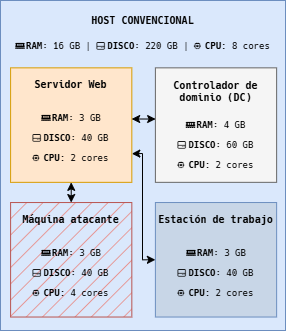
Above: Imagenes/implementacion-VM-en-el-host.png in AmasterJT/memoria-tfm (draw.io), before the change. Source tidied: cells renumbered, new cells last; positions are measured from the earlier drawing's top-left corner, leaving out a move shared by most shapes.
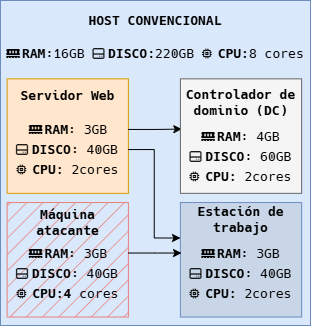
The same diagram one commit later.

The edit, as a diff of the source:
```diff
@@ -2,89 +2,91 @@
   <root>
     <mxCell id="0" />
     <mxCell id="1" parent="0" />
-    <mxCell id="2" style="rounded=0;whiteSpace=wrap;html=1;fillColor=#dae8fc;strokeColor=#6c8ebf;fontFamily=Hack Nerd Font;fontSize=10;" parent="1" vertex="1">
-      <mxGeometry width="285" height="330" as="geometry" />
+    <mxCell id="2" style="rounded=0;whiteSpace=wrap;html=1;fillColor=#dae8fc;strokeColor=#6c8ebf;fontFamily=Hack Nerd Font;fontSize=13;" parent="1" vertex="1">
+      <mxGeometry x="315" width="310" height="325" as="geometry" />
     </mxCell>
-    <mxCell id="3" value="&lt;b&gt;&lt;font&gt;HOST CONVENCIONAL&lt;/font&gt;&lt;/b&gt;" style="text;html=1;whiteSpace=wrap;strokeColor=none;fillColor=none;align=center;verticalAlign=middle;rounded=0;fontFamily=Hack Nerd Font;fontSize=10;" parent="1" vertex="1">
-      <mxGeometry y="2.7" width="285" height="33.7" as="geometry" />
+    <mxCell id="3" value="&lt;b&gt;&lt;font&gt;HOST CONVENCIONAL&lt;/font&gt;&lt;/b&gt;" style="text;html=1;whiteSpace=wrap;strokeColor=none;fillColor=none;align=center;verticalAlign=middle;rounded=0;fontFamily=Hack Nerd Font;fontSize=13;" parent="1" vertex="1">
+      <mxGeometry x="315" y="2.7" width="310" height="33.7" as="geometry" />
     </mxCell>
-    <mxCell id="4" style="rounded=0;whiteSpace=wrap;html=1;fillColor=#C8D6E7;strokeColor=#6c8ebf;fontFamily=Hack Nerd Font;fontSize=10;" parent="1" vertex="1">
-      <mxGeometry x="154.9" y="202" width="121.2" height="114.5" as="geometry" />
+    <mxCell id="4" style="rounded=0;whiteSpace=wrap;html=1;fillColor=#C8D6E7;strokeColor=#6c8ebf;fontFamily=Hack Nerd Font;fontSize=13;" parent="1" vertex="1">
+      <mxGeometry x="494.9" y="202" width="121.2" height="114.5" as="geometry" />
     </mxCell>
-    <mxCell id="5" style="rounded=0;whiteSpace=wrap;html=1;fillColor=#E9817A;strokeColor=#b85450;gradientColor=none;fillStyle=hatch;fontFamily=Hack Nerd Font;fontSize=10;" parent="1" vertex="1">
-      <mxGeometry x="10.1" y="202" width="121.2" height="114.5" as="geometry" />
+    <mxCell id="5" value="&lt;b&gt;&amp;nbsp;&lt;/b&gt;&lt;b&gt;RAM&lt;/b&gt;: 3GB" style="text;html=1;whiteSpace=wrap;strokeColor=none;fillColor=none;align=center;verticalAlign=middle;rounded=0;fontSize=13;fontFamily=Hack Nerd Font;" parent="1" vertex="1">
+      <mxGeometry x="496" y="242.5" width="119" height="20.2" as="geometry" />
     </mxCell>
-    <mxCell id="6" style="edgeStyle=orthogonalEdgeStyle;rounded=0;jettySize=auto;html=1;exitX=1;exitY=0.75;exitDx=0;exitDy=0;entryX=0;entryY=0.5;entryDx=0;entryDy=0;startArrow=classic;startFill=1;fontFamily=Hack Nerd Font;fontSize=10;" parent="1" edge="1" source="7" target="4">
-      <mxGeometry relative="1" as="geometry">
-        <Array as="points">
-          <mxPoint x="135" y="153" />
-          <mxPoint x="142" y="153" />
-          <mxPoint x="142" y="259" />
-        </Array>
-      </mxGeometry>
+    <mxCell id="6" value="&lt;b&gt;&amp;nbsp;&lt;/b&gt;&lt;b&gt;DISCO&lt;/b&gt;: 40GB" style="text;html=1;whiteSpace=wrap;strokeColor=none;fillColor=none;align=center;verticalAlign=middle;rounded=0;fontSize=13;fontFamily=Hack Nerd Font;" parent="1" vertex="1">
+      <mxGeometry x="495" y="262.6" width="121" height="20.2" as="geometry" />
     </mxCell>
-    <mxCell id="7" style="rounded=0;whiteSpace=wrap;html=1;fillColor=#ffe6cc;strokeColor=#d79b00;fontFamily=Hack Nerd Font;fontSize=10;" parent="1" vertex="1">
-      <mxGeometry x="10.1" y="67.4" width="121.2" height="114.5" as="geometry" />
+    <mxCell id="7" value="&lt;b&gt;&lt;font&gt;󰍛&amp;nbsp;&lt;/font&gt;&lt;/b&gt;&lt;b&gt;CPU:&lt;/b&gt;&amp;nbsp;2cores" style="text;html=1;whiteSpace=wrap;strokeColor=none;fillColor=none;align=center;verticalAlign=middle;rounded=0;fontSize=13;fontFamily=Hack Nerd Font;" parent="1" vertex="1">
+      <mxGeometry x="496" y="282.9" width="119" height="20.2" as="geometry" />
     </mxCell>
-    <mxCell id="8" style="rounded=0;whiteSpace=wrap;html=1;fillColor=#f5f5f5;fontColor=#333333;strokeColor=#666666;fontFamily=Hack Nerd Font;fontSize=10;" parent="1" vertex="1">
-      <mxGeometry x="154.9" y="67.4" width="121.2" height="114.5" as="geometry" />
+    <mxCell id="8" value="&lt;font&gt;&lt;b&gt;Estación de trabajo&lt;/b&gt;&lt;/font&gt;" style="text;html=1;whiteSpace=wrap;strokeColor=none;fillColor=none;align=center;verticalAlign=middle;rounded=0;fontFamily=Hack Nerd Font;fontSize=13;" parent="1" vertex="1">
+      <mxGeometry x="494.9" y="202" width="121.2" height="33.7" as="geometry" />
     </mxCell>
-    <mxCell id="9" value="&lt;b&gt; RAM&lt;/b&gt;: 3 GB" style="text;html=1;whiteSpace=wrap;strokeColor=none;fillColor=none;align=center;verticalAlign=middle;rounded=0;fontSize=9;fontFamily=Hack Nerd Font;" parent="1" vertex="1">
-      <mxGeometry x="33.7" y="107.8" width="74.1" height="20.2" as="geometry" />
+    <mxCell id="9" value="&lt;b style=&quot;font-family: &amp;quot;Hack Nerd Font&amp;quot;;&quot;&gt; RAM&lt;/b&gt;&lt;span style=&quot;font-family: &amp;quot;Hack Nerd Font&amp;quot;;&quot;&gt;:16GB&lt;/span&gt;&lt;span&gt;&lt;span style=&quot;color: rgb(0, 0, 0); font-family: &amp;quot;Hack Nerd Font&amp;quot;; font-style: normal; font-variant-ligatures: normal; font-variant-caps: normal; font-weight: 400; letter-spacing: normal; orphans: 2; text-indent: 0px; text-transform: none; widows: 2; word-spacing: 0px; -webkit-text-stroke-width: 0px; white-space: normal; text-decoration-thickness: initial; text-decoration-style: initial; text-decoration-color: initial; float: none; display: inline !important;&quot;&gt;&amp;nbsp;&lt;/span&gt;&lt;b style=&quot;font-family: &amp;quot;Hack Nerd Font&amp;quot;;&quot;&gt;&amp;nbsp;&lt;/b&gt;&lt;b style=&quot;font-family: &amp;quot;Hack Nerd Font&amp;quot;;&quot;&gt;DISCO:&lt;/b&gt;&lt;span style=&quot;font-family: &amp;quot;Hack Nerd Font&amp;quot;;&quot;&gt;220GB&amp;nbsp;&lt;/span&gt;&lt;b style=&quot;font-family: &amp;quot;Hack Nerd Font&amp;quot;;&quot;&gt;&lt;font&gt;󰍛&amp;nbsp;&lt;/font&gt;&lt;/b&gt;&lt;b style=&quot;font-family: &amp;quot;Hack Nerd Font&amp;quot;;&quot;&gt;CPU:&lt;/b&gt;&lt;span style=&quot;font-family: &amp;quot;Hack Nerd Font&amp;quot;;&quot;&gt;8 cores&lt;/span&gt;&lt;/span&gt;" style="text;whiteSpace=wrap;html=1;align=center;fontSize=13;" parent="1" vertex="1">
+      <mxGeometry x="315" y="38.7" width="310" height="26.9" as="geometry" />
     </mxCell>
-    <mxCell id="10" value="&lt;b&gt; DISCO&lt;/b&gt;: 40 GB" style="text;html=1;whiteSpace=wrap;strokeColor=none;fillColor=none;align=center;verticalAlign=middle;rounded=0;fontSize=9;fontFamily=Hack Nerd Font;" parent="1" vertex="1">
-      <mxGeometry x="26.4" y="128" width="88.6" height="20.2" as="geometry" />
+    <mxCell id="10" style="group;" parent="1" vertex="1">
+      <mxGeometry x="318" y="78.4" width="124.9" height="114.5" as="geometry" />
     </mxCell>
-    <mxCell id="11" value="&lt;b&gt;&lt;font&gt;󰍛&amp;nbsp;&lt;/font&gt;CPU:&lt;/b&gt;&amp;nbsp;2 cores" style="text;html=1;whiteSpace=wrap;strokeColor=none;fillColor=none;align=center;verticalAlign=middle;rounded=0;fontSize=9;fontFamily=Hack Nerd Font;" parent="1" vertex="1">
-      <mxGeometry x="30.3" y="148.2" width="80.8" height="20.2" as="geometry" />
+    <mxCell id="11" style="rounded=0;whiteSpace=wrap;html=1;fillColor=#ffe6cc;strokeColor=#d79b00;fontFamily=Hack Nerd Font;fontSize=13;" parent="10" vertex="1">
+      <mxGeometry x="3.7" width="121.2" height="114.5" as="geometry" />
     </mxCell>
-    <mxCell id="12" value="&lt;b&gt;&amp;nbsp;&lt;/b&gt;&lt;b&gt;RAM&lt;/b&gt;: 4 GB" style="text;html=1;whiteSpace=wrap;strokeColor=none;fillColor=none;align=center;verticalAlign=middle;rounded=0;fontSize=9;fontFamily=Hack Nerd Font;" parent="1" vertex="1">
-      <mxGeometry x="181.8" y="114.5" width="67.3" height="20.2" as="geometry" />
+    <mxCell id="12" style="edgeStyle=orthogonalEdgeStyle;rounded=0;jettySize=auto;html=1;" parent="10" edge="1" source="13">
+      <mxGeometry relative="1" as="geometry">
+        <mxPoint x="178.3" y="50.2" as="targetPoint" />
+      </mxGeometry>
     </mxCell>
-    <mxCell id="13" value="&lt;b&gt;&amp;nbsp;&lt;/b&gt;&lt;b&gt;DISCO&lt;/b&gt;: 60 GB" style="text;html=1;whiteSpace=wrap;strokeColor=none;fillColor=none;align=center;verticalAlign=middle;rounded=0;fontSize=9;fontFamily=Hack Nerd Font;" parent="1" vertex="1">
-      <mxGeometry x="175.9" y="134.7" width="79.2" height="20.2" as="geometry" />
+    <mxCell id="13" value="&lt;b&gt; RAM&lt;/b&gt;: 3GB" style="text;html=1;whiteSpace=wrap;strokeColor=none;fillColor=none;align=center;verticalAlign=middle;rounded=0;fontSize=13;fontFamily=Hack Nerd Font;" parent="10" vertex="1">
+      <mxGeometry x="4.6" y="40.4" width="120" height="20.2" as="geometry" />
     </mxCell>
-    <mxCell id="14" value="&lt;b&gt;&lt;font&gt;󰍛&amp;nbsp;&lt;/font&gt;&lt;/b&gt;&lt;b&gt;CPU:&lt;/b&gt;&amp;nbsp;2 cores" style="text;html=1;whiteSpace=wrap;strokeColor=none;fillColor=none;align=center;verticalAlign=middle;rounded=0;fontSize=9;fontFamily=Hack Nerd Font;" parent="1" vertex="1">
-      <mxGeometry x="175.9" y="154.9" width="79.2" height="20.2" as="geometry" />
+    <mxCell id="14" value="&lt;b&gt; DISCO&lt;/b&gt;: 40GB" style="text;html=1;whiteSpace=wrap;strokeColor=none;fillColor=none;align=center;verticalAlign=middle;rounded=0;fontSize=13;fontFamily=Hack Nerd Font;" parent="10" vertex="1">
+      <mxGeometry x="3" y="60.6" width="121.6" height="20.2" as="geometry" />
     </mxCell>
-    <mxCell id="15" value="&lt;b&gt;&amp;nbsp;&lt;/b&gt;&lt;b&gt;RAM&lt;/b&gt;: 3 GB" style="text;html=1;whiteSpace=wrap;strokeColor=none;fillColor=none;align=center;verticalAlign=middle;rounded=0;fontSize=9;fontFamily=Hack Nerd Font;" parent="1" vertex="1">
-      <mxGeometry x="183.5" y="242.4" width="64" height="20.2" as="geometry" />
+    <mxCell id="15" value="&lt;b&gt;&lt;font&gt;󰍛&amp;nbsp;&lt;/font&gt;CPU:&amp;nbsp;&lt;/b&gt;2cores" style="text;html=1;whiteSpace=wrap;strokeColor=none;fillColor=none;align=center;verticalAlign=middle;rounded=0;fontSize=13;fontFamily=Hack Nerd Font;" parent="10" vertex="1">
+      <mxGeometry x="3.6" y="80.8" width="121" height="20.2" as="geometry" />
     </mxCell>
-    <mxCell id="16" value="&lt;b&gt;&amp;nbsp;&lt;/b&gt;&lt;b&gt;DISCO&lt;/b&gt;: 40 GB" style="text;html=1;whiteSpace=wrap;strokeColor=none;fillColor=none;align=center;verticalAlign=middle;rounded=0;fontSize=9;fontFamily=Hack Nerd Font;" parent="1" vertex="1">
-      <mxGeometry x="175.9" y="262.6" width="79.2" height="20.2" as="geometry" />
+    <mxCell id="16" value="&lt;font&gt;&lt;b&gt;Servidor Web&lt;/b&gt;&lt;/font&gt;" style="text;html=1;whiteSpace=wrap;strokeColor=none;fillColor=none;align=center;verticalAlign=middle;rounded=0;fontFamily=Hack Nerd Font;fontSize=13;" parent="10" vertex="1">
+      <mxGeometry x="3.7" width="121.2" height="33.7" as="geometry" />
     </mxCell>
-    <mxCell id="17" value="&lt;b&gt;&lt;font&gt;󰍛&amp;nbsp;&lt;/font&gt;&lt;/b&gt;&lt;b&gt;CPU:&lt;/b&gt;&amp;nbsp;2 cores" style="text;html=1;whiteSpace=wrap;strokeColor=none;fillColor=none;align=center;verticalAlign=middle;rounded=0;fontSize=9;fontFamily=Hack Nerd Font;" parent="1" vertex="1">
-      <mxGeometry x="175.9" y="282.9" width="79.2" height="20.2" as="geometry" />
+    <mxCell id="17" style="group;" parent="1" vertex="1">
+      <mxGeometry x="494.9" y="78.4" width="121.2" height="114.5" as="geometry" />
     </mxCell>
-    <mxCell id="18" value="&lt;b&gt;&lt;font&gt;󰍛&amp;nbsp;&lt;/font&gt;&lt;/b&gt;&lt;b&gt;CPU:&lt;/b&gt;&amp;nbsp;4 cores" style="text;html=1;whiteSpace=wrap;strokeColor=none;fillColor=none;align=center;verticalAlign=middle;rounded=0;fontSize=9;fontFamily=Hack Nerd Font;" parent="1" vertex="1">
-      <mxGeometry x="26.4" y="282.9" width="88.6" height="20.2" as="geometry" />
+    <mxCell id="18" style="rounded=0;whiteSpace=wrap;html=1;fillColor=#f5f5f5;fontColor=#333333;strokeColor=#666666;fontFamily=Hack Nerd Font;fontSize=13;" parent="17" vertex="1">
+      <mxGeometry width="121.2" height="114.5" as="geometry" />
     </mxCell>
-    <mxCell id="19" value="&lt;b&gt;&amp;nbsp;&lt;/b&gt;&lt;b&gt;DISCO&lt;/b&gt;: 40 GB" style="text;html=1;whiteSpace=wrap;strokeColor=none;fillColor=none;align=center;verticalAlign=middle;rounded=0;fontSize=9;fontFamily=Hack Nerd Font;" parent="1" vertex="1">
-      <mxGeometry x="26.4" y="262.6" width="88.6" height="20.2" as="geometry" />
+    <mxCell id="19" value="&lt;b&gt;&amp;nbsp;&lt;/b&gt;&lt;b&gt;RAM&lt;/b&gt;: 4GB" style="text;html=1;whiteSpace=wrap;strokeColor=none;fillColor=none;align=center;verticalAlign=middle;rounded=0;fontSize=13;fontFamily=Hack Nerd Font;" parent="17" vertex="1">
+      <mxGeometry x="1.1" y="47.1" width="119" height="20.2" as="geometry" />
     </mxCell>
-    <mxCell id="20" value="&lt;b&gt;&amp;nbsp;&lt;/b&gt;&lt;b&gt;RAM&lt;/b&gt;: 3 GB" style="text;html=1;whiteSpace=wrap;strokeColor=none;fillColor=none;align=center;verticalAlign=middle;rounded=0;fontSize=9;fontFamily=Hack Nerd Font;" parent="1" vertex="1">
-      <mxGeometry x="38.7" y="242.4" width="64" height="20.2" as="geometry" />
+    <mxCell id="20" value="&lt;b&gt;&amp;nbsp;&lt;/b&gt;&lt;b&gt;DISCO&lt;/b&gt;: 60GB" style="text;html=1;whiteSpace=wrap;strokeColor=none;fillColor=none;align=center;verticalAlign=middle;rounded=0;fontSize=13;fontFamily=Hack Nerd Font;" parent="17" vertex="1">
+      <mxGeometry x="0.1" y="67.3" width="121" height="20.2" as="geometry" />
     </mxCell>
-    <mxCell id="21" value="&lt;font&gt;&lt;b&gt;Servidor Web&lt;/b&gt;&lt;/font&gt;" style="text;html=1;whiteSpace=wrap;strokeColor=none;fillColor=none;align=center;verticalAlign=middle;rounded=0;fontFamily=Hack Nerd Font;fontSize=10;" parent="1" vertex="1">
-      <mxGeometry x="10.1" y="67.4" width="121.2" height="33.7" as="geometry" />
+    <mxCell id="21" value="&lt;b&gt;&lt;font&gt;󰍛&amp;nbsp;&lt;/font&gt;&lt;/b&gt;&lt;b&gt;CPU:&lt;/b&gt;&amp;nbsp;2cores" style="text;html=1;whiteSpace=wrap;strokeColor=none;fillColor=none;align=center;verticalAlign=middle;rounded=0;fontSize=13;fontFamily=Hack Nerd Font;" parent="17" vertex="1">
+      <mxGeometry x="1.1" y="87.5" width="119" height="20.2" as="geometry" />
     </mxCell>
-    <mxCell id="22" value="&lt;font&gt;&lt;b&gt;Controlador de dominio&amp;nbsp;&lt;/b&gt;&lt;/font&gt;&lt;b style=&quot;background-color: transparent; color: light-dark(rgb(0, 0, 0), rgb(255, 255, 255));&quot;&gt;(DC)&lt;/b&gt;" style="text;html=1;whiteSpace=wrap;strokeColor=none;fillColor=none;align=center;verticalAlign=middle;rounded=0;fontFamily=Hack Nerd Font;fontSize=10;" parent="1" vertex="1">
-      <mxGeometry x="154.9" y="74.1" width="121.2" height="33.7" as="geometry" />
+    <mxCell id="22" value="&lt;font&gt;&lt;b&gt;Controlador de dominio&amp;nbsp;&lt;/b&gt;&lt;/font&gt;&lt;b style=&quot;background-color: transparent; color: light-dark(rgb(0, 0, 0), rgb(255, 255, 255));&quot;&gt;(DC)&lt;/b&gt;" style="text;html=1;whiteSpace=wrap;strokeColor=none;fillColor=none;align=center;verticalAlign=middle;rounded=0;fontFamily=Hack Nerd Font;fontSize=13;" parent="17" vertex="1">
+      <mxGeometry y="6.7" width="121.2" height="33.7" as="geometry" />
     </mxCell>
-    <mxCell id="23" style="edgeStyle=orthogonalEdgeStyle;rounded=0;jettySize=auto;html=1;exitX=0.5;exitY=0;exitDx=0;exitDy=0;entryX=0.5;entryY=1;entryDx=0;entryDy=0;startArrow=classic;startFill=1;fontFamily=Hack Nerd Font;fontSize=10;" parent="1" edge="1" source="24" target="7">
+    <mxCell id="23" style="edgeStyle=orthogonalEdgeStyle;rounded=0;jettySize=auto;html=1;exitX=1;exitY=0.5;exitDx=0;exitDy=0;entryX=0.001;entryY=0.31;entryDx=0;entryDy=0;entryPerimeter=0;" parent="1" edge="1" source="14" target="4">
       <mxGeometry relative="1" as="geometry" />
     </mxCell>
-    <mxCell id="24" value="&lt;font&gt;&lt;b&gt;Máquina atacante&lt;/b&gt;&lt;/font&gt;" style="text;html=1;whiteSpace=wrap;strokeColor=none;fillColor=none;align=center;verticalAlign=middle;rounded=0;fontFamily=Hack Nerd Font;fontSize=10;" parent="1" vertex="1">
-      <mxGeometry x="10.1" y="202" width="121.2" height="33.7" as="geometry" />
+    <mxCell id="24" style="rounded=0;whiteSpace=wrap;html=1;fillColor=#E9817A;strokeColor=#E9817A;fontFamily=Hack Nerd Font;fontSize=13;fillStyle=hatch;" parent="1" vertex="1">
+      <mxGeometry x="321.7" y="202" width="121.2" height="114.5" as="geometry" />
     </mxCell>
-    <mxCell id="25" value="&lt;font&gt;&lt;b&gt;Estación de trabajo&lt;/b&gt;&lt;/font&gt;" style="text;html=1;whiteSpace=wrap;strokeColor=none;fillColor=none;align=center;verticalAlign=middle;rounded=0;fontFamily=Hack Nerd Font;fontSize=10;" parent="1" vertex="1">
-      <mxGeometry x="154.9" y="202" width="121.2" height="33.7" as="geometry" />
+    <mxCell id="25" style="edgeStyle=orthogonalEdgeStyle;rounded=0;jettySize=auto;html=1;entryX=0;entryY=0.5;entryDx=0;entryDy=0;" parent="1" edge="1" source="26" target="5">
+      <mxGeometry relative="1" as="geometry" />
     </mxCell>
-    <mxCell id="26" value="&lt;b style=&quot;font-family: &amp;quot;Hack Nerd Font&amp;quot;;&quot;&gt; RAM&lt;/b&gt;&lt;span style=&quot;font-family: &amp;quot;Hack Nerd Font&amp;quot;;&quot;&gt;: 16 GB&lt;/span&gt;&lt;span&gt;&lt;span style=&quot;color: rgb(0, 0, 0); font-family: &amp;quot;Hack Nerd Font&amp;quot;; font-style: normal; font-variant-ligatures: normal; font-variant-caps: normal; font-weight: 400; letter-spacing: normal; orphans: 2; text-indent: 0px; text-transform: none; widows: 2; word-spacing: 0px; -webkit-text-stroke-width: 0px; white-space: normal; text-decoration-thickness: initial; text-decoration-style: initial; text-decoration-color: initial; float: none; display: inline !important;&quot;&gt;&amp;nbsp;|&amp;nbsp;&lt;/span&gt;&lt;b style=&quot;font-family: &amp;quot;Hack Nerd Font&amp;quot;;&quot;&gt;&amp;nbsp;&lt;/b&gt;&lt;b style=&quot;font-family: &amp;quot;Hack Nerd Font&amp;quot;;&quot;&gt;DISCO&lt;/b&gt;&lt;span style=&quot;font-family: &amp;quot;Hack Nerd Font&amp;quot;;&quot;&gt;: 220 GB |&amp;nbsp;&lt;/span&gt;&lt;b style=&quot;font-family: &amp;quot;Hack Nerd Font&amp;quot;;&quot;&gt;&lt;font&gt;󰍛&amp;nbsp;&lt;/font&gt;&lt;/b&gt;&lt;b style=&quot;font-family: &amp;quot;Hack Nerd Font&amp;quot;;&quot;&gt;CPU:&lt;/b&gt;&lt;span style=&quot;font-family: &amp;quot;Hack Nerd Font&amp;quot;;&quot;&gt;&amp;nbsp;8 cores&lt;/span&gt;&lt;/span&gt;" style="text;whiteSpace=wrap;html=1;align=center;fontSize=9;" parent="1" vertex="1">
-      <mxGeometry y="33.7" width="285" height="26.9" as="geometry" />
+    <mxCell id="26" value="&lt;b&gt; RAM&lt;/b&gt;: 3GB" style="text;html=1;whiteSpace=wrap;strokeColor=none;fillColor=none;align=center;verticalAlign=middle;rounded=0;fontSize=13;fontFamily=Hack Nerd Font;" parent="1" vertex="1">
+      <mxGeometry x="322.6" y="242.4" width="120" height="20.2" as="geometry" />
     </mxCell>
-    <mxCell id="27" style="edgeStyle=orthogonalEdgeStyle;rounded=0;jettySize=auto;html=1;entryX=0.999;entryY=0.445;entryDx=0;entryDy=0;entryPerimeter=0;startArrow=classic;startFill=1;exitX=0.002;exitY=0.447;exitDx=0;exitDy=0;exitPerimeter=0;" parent="1" edge="1" source="8" target="7">
-      <mxGeometry relative="1" as="geometry" />
+    <mxCell id="27" value="&lt;b&gt; DISCO&lt;/b&gt;: 40GB" style="text;html=1;whiteSpace=wrap;strokeColor=none;fillColor=none;align=center;verticalAlign=middle;rounded=0;fontSize=13;fontFamily=Hack Nerd Font;" parent="1" vertex="1">
+      <mxGeometry x="321" y="262.7" width="121.6" height="20.2" as="geometry" />
     </mxCell>
+    <mxCell id="28" value="&lt;b&gt;&lt;font&gt;󰍛&amp;nbsp;&lt;/font&gt;CPU:4&lt;/b&gt;&amp;nbsp;cores" style="text;html=1;whiteSpace=wrap;strokeColor=none;fillColor=none;align=center;verticalAlign=middle;rounded=0;fontSize=13;fontFamily=Hack Nerd Font;" parent="1" vertex="1">
+      <mxGeometry x="321.6" y="282.9" width="121" height="20.2" as="geometry" />
+    </mxCell>
+    <mxCell id="29" value="&lt;font&gt;&lt;b&gt;Máquina atacante&lt;/b&gt;&lt;/font&gt;" style="text;html=1;whiteSpace=wrap;strokeColor=none;fillColor=none;align=center;verticalAlign=middle;rounded=0;fontFamily=Hack Nerd Font;fontSize=13;" parent="1" vertex="1">
+      <mxGeometry x="321.7" y="205" width="121.2" height="33.7" as="geometry" />
+    </mxCell>
   </root>
 </mxGraphModel>
```
